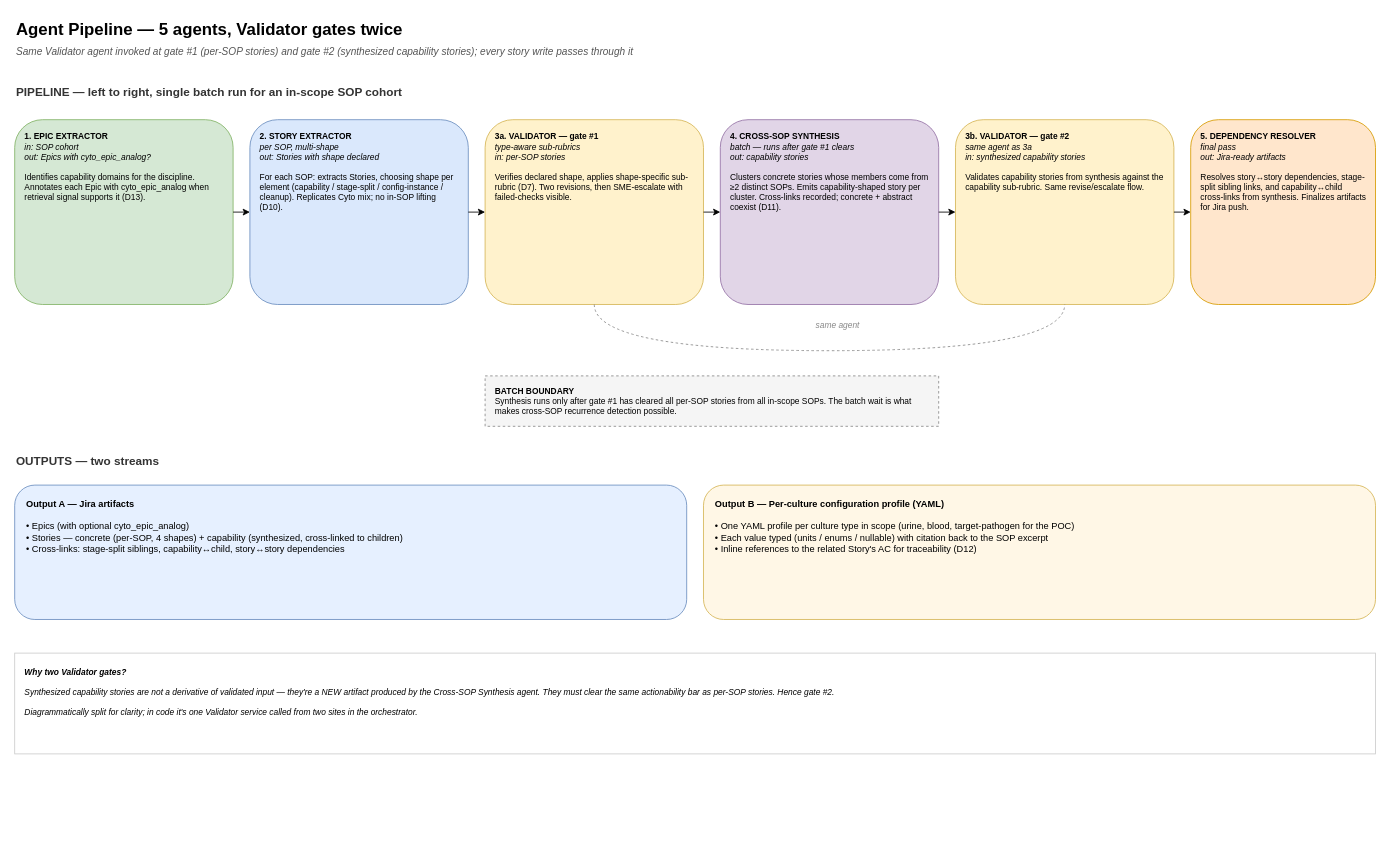
Rajneesh-Tiwari/LabReq_agent keeps this draw.io diagram as page "Agent Pipeline" (2 of 13) of microbio_lims_architecture.drawio. Above is the earlier version. Source tidied: cells renumbered, new cells numbered last; positions are measured from the earlier drawing's top-left corner, leaving out a move shared by most shapes. Both pictures are drawn from the tidied source at 84%, with x=0, y=0 at pixel (14, 14).
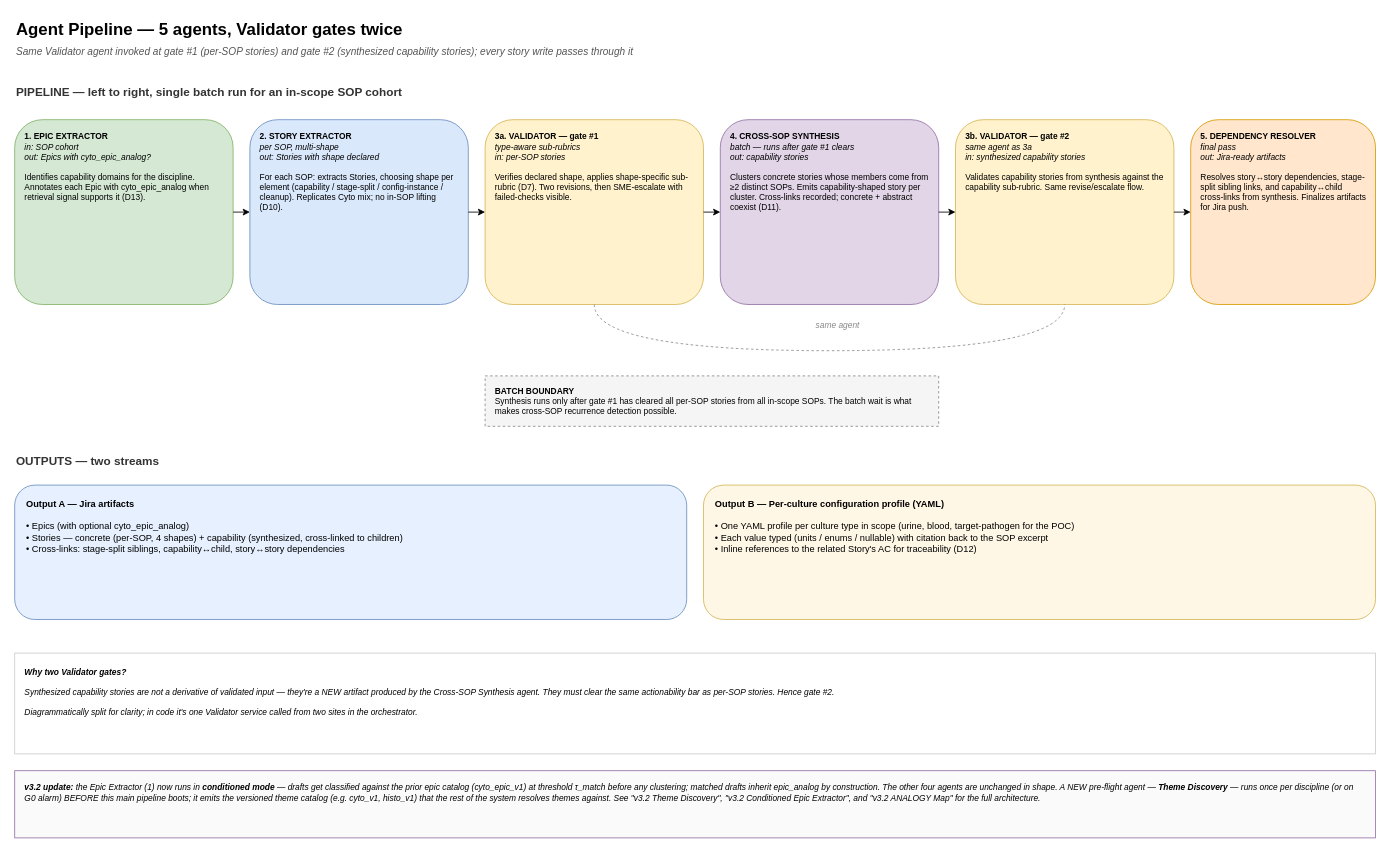
After the change.

Change to the diagram source:
```diff
@@
+    <mxCell id="23" value="&lt;b&gt;v3.2 update:&lt;/b&gt; the Epic Extractor (1) now runs in &lt;b&gt;conditioned mode&lt;/b&gt; — drafts get classified against the prior epic catalog (cyto_epic_v1) at threshold τ_match before any clustering; matched drafts inherit epic_analog by construction. The other four agents are unchanged in shape. A NEW pre-flight agent — &lt;b&gt;Theme Discovery&lt;/b&gt; — runs once per discipline (or on G0 alarm) BEFORE this main pipeline boots; it emits the versioned theme catalog (e.g. cyto_v1, histo_v1) that the rest of the system resolves themes against. See &quot;v3.2 Theme Discovery&quot;, &quot;v3.2 Conditioned Epic Extractor&quot;, and &quot;v3.2 ANALOGY Map&quot; for the full architecture." style="rounded=0;whiteSpace=wrap;html=1;fillColor=#fafafa;strokeColor=#9673a6;fontSize=10;align=left;verticalAlign=top;fontStyle=2;spacingLeft=10;spacingTop=8;spacingRight=10;" parent="1" vertex="1">
+      <mxGeometry y="900" width="1620" height="80" as="geometry" />
+    </mxCell>
```
